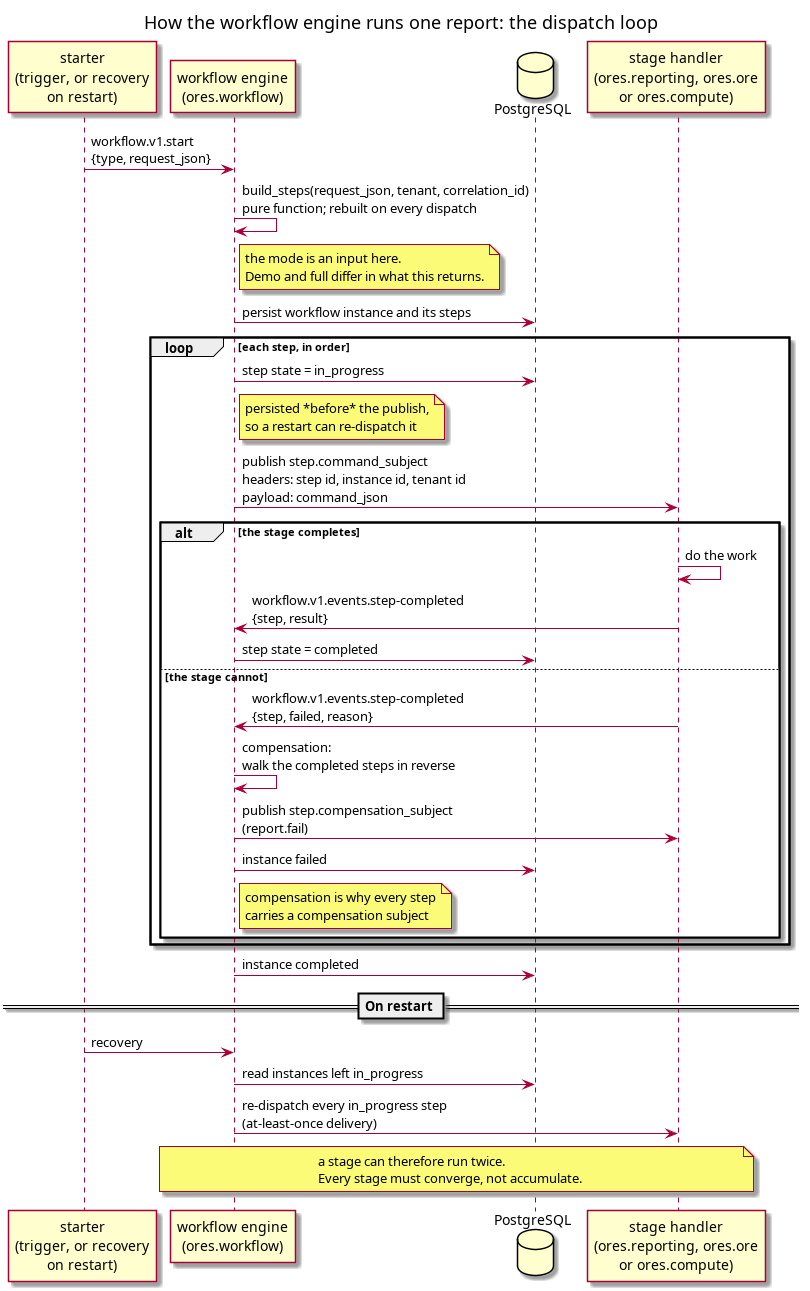
Above: doc/knowledge/architecture/report_execution_orchestration_loop.png in OreStudio/OreStudio (PlantUML), before the change. Its source is kept beside it as doc/knowledge/architecture/report_execution_orchestration_loop.puml.
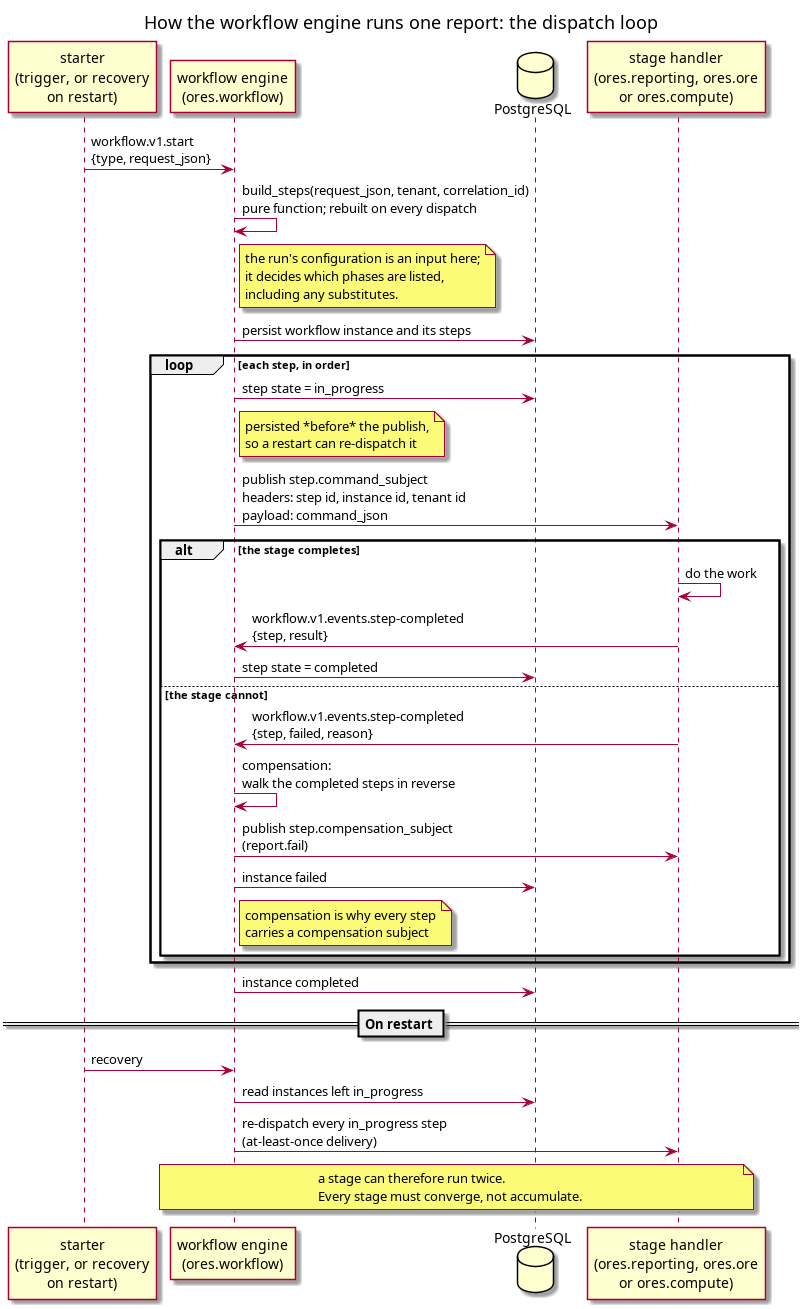
Above is the later version.

Diff of the diagram source:
```diff
@@ -9,7 +9,7 @@
 
 starter -> wf : workflow.v1.start\n{type, request_json}
 wf -> wf : build_steps(request_json, tenant, correlation_id)\npure function; rebuilt on every dispatch
-note right of wf : the mode is an input here.\nDemo and full differ in what this returns.
+note right of wf : the run's configuration is an input here;\nit decides which phases are listed,\nincluding any substitutes.
 wf -> db : persist workflow instance and its steps
 
 loop each step, in order
```
